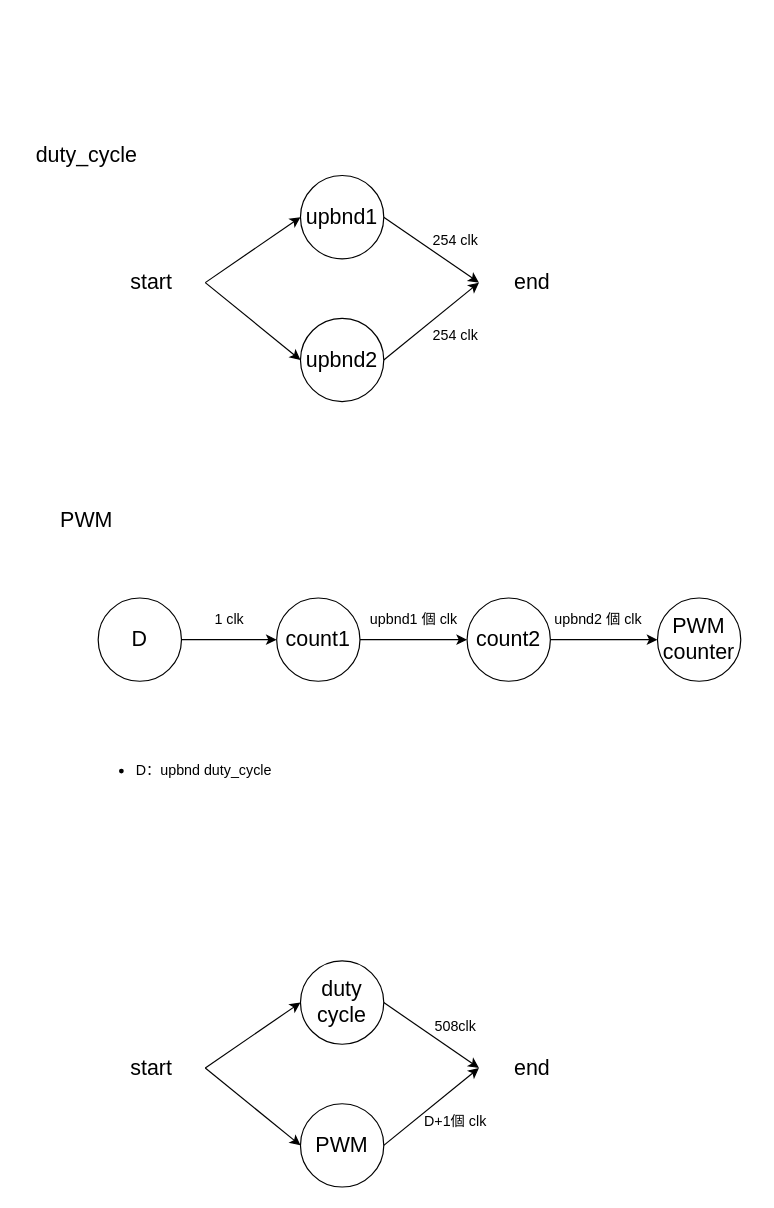
This is page "AOV" (2 of 4) of S4/未命名圖表1.drawio from wsy0331/SOC-Lab, a draw.io file, before an edit. Source tidied: cells renumbered, new cells numbered last; positions are measured from the earlier drawing's top-left corner, leaving out a move shared by most shapes. Both pictures are drawn from the tidied source at 119%, with x=0, y=0 at pixel (20, 131).
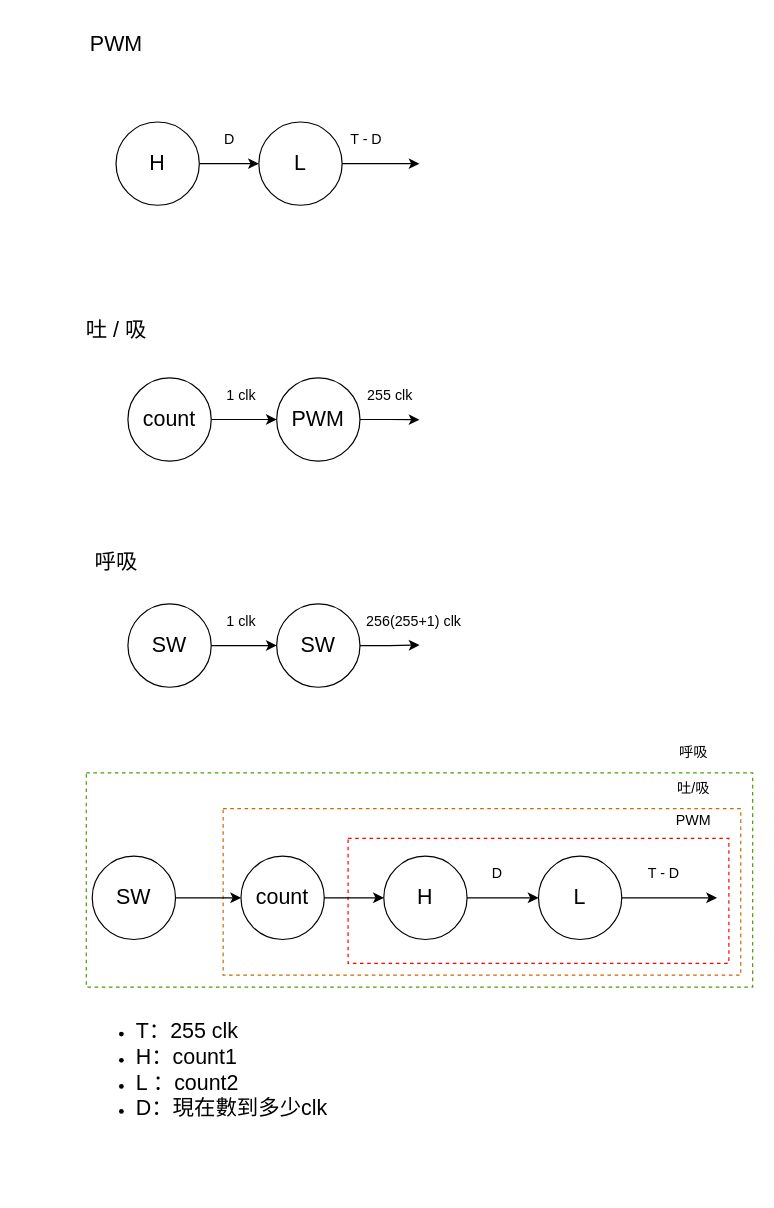
After the change.

Change to the diagram source:
```diff
@@
-    <mxCell id="2" value="&lt;font style=&quot;font-size: 18px;&quot;&gt;duty_cycle&lt;/font&gt;" style="text;html=1;align=center;verticalAlign=middle;strokeColor=none;fillColor=none;" parent="1" vertex="1">
-      <mxGeometry width="110" height="40" as="geometry" />
-    </mxCell>
-    <mxCell id="3" style="rounded=0;jettySize=auto;html=1;exitX=1;exitY=0.5;exitDx=0;exitDy=0;entryX=0;entryY=0.5;entryDx=0;entryDy=0;endArrow=classic;endFill=1;" parent="1" edge="1" source="5" target="8">
-      <mxGeometry relative="1" as="geometry" />
-    </mxCell>
-    <mxCell id="4" style="rounded=0;jettySize=auto;html=1;exitX=1;exitY=0.5;exitDx=0;exitDy=0;entryX=0;entryY=0.5;entryDx=0;entryDy=0;endArrow=classic;endFill=1;" parent="1" edge="1" source="5" target="10">
-      <mxGeometry relative="1" as="geometry" />
-    </mxCell>
-    <mxCell id="5" value="&lt;font style=&quot;font-size: 18px;&quot;&gt;start&lt;/font&gt;" style="rounded=0;whiteSpace=wrap;html=1;fillColor=none;strokeColor=none;" parent="1" vertex="1">
-      <mxGeometry x="65" y="107" width="90" height="40" as="geometry" />
-    </mxCell>
-    <mxCell id="6" value="&lt;font style=&quot;font-size: 18px;&quot;&gt;end&lt;/font&gt;" style="rounded=0;whiteSpace=wrap;html=1;fillColor=none;strokeColor=none;" parent="1" vertex="1">
-      <mxGeometry x="385" y="107" width="90" height="40" as="geometry" />
-    </mxCell>
-    <mxCell id="7" style="rounded=0;jettySize=auto;html=1;exitX=1;exitY=0.5;exitDx=0;exitDy=0;entryX=0;entryY=0.5;entryDx=0;entryDy=0;endArrow=classic;endFill=1;" parent="1" edge="1" source="8" target="6">
-      <mxGeometry relative="1" as="geometry" />
-    </mxCell>
-    <mxCell id="8" value="&lt;font style=&quot;font-size: 18px;&quot;&gt;upbnd1&lt;/font&gt;" style="ellipse;whiteSpace=wrap;html=1;" parent="1" vertex="1">
-      <mxGeometry x="235" y="37" width="70" height="70" as="geometry" />
-    </mxCell>
-    <mxCell id="9" style="rounded=0;jettySize=auto;html=1;exitX=1;exitY=0.5;exitDx=0;exitDy=0;entryX=0;entryY=0.5;entryDx=0;entryDy=0;endArrow=classic;endFill=1;" parent="1" edge="1" source="10" target="6">
-      <mxGeometry relative="1" as="geometry" />
-    </mxCell>
-    <mxCell id="10" value="&lt;font style=&quot;font-size: 18px;&quot;&gt;upbnd2&lt;/font&gt;" style="ellipse;whiteSpace=wrap;html=1;" parent="1" vertex="1">
-      <mxGeometry x="235" y="157" width="70" height="70" as="geometry" />
-    </mxCell>
-    <mxCell id="11" value="254 clk" style="text;html=1;align=center;verticalAlign=middle;strokeColor=none;fillColor=none;" parent="1" vertex="1">
-      <mxGeometry x="335" y="77" width="60" height="30" as="geometry" />
-    </mxCell>
-    <mxCell id="12" value="254 clk" style="text;html=1;align=center;verticalAlign=middle;strokeColor=none;fillColor=none;" parent="1" vertex="1">
-      <mxGeometry x="335" y="157" width="60" height="30" as="geometry" />
-    </mxCell>
+    <mxCell id="35" style="rounded=0;whiteSpace=wrap;html=1;fillColor=none;dashed=1;strokeColor=#4D9900;" parent="1" vertex="1">
+      <mxGeometry x="55" y="539" width="560" height="180" as="geometry" />
+    </mxCell>
+    <mxCell id="36" style="rounded=0;whiteSpace=wrap;html=1;fillColor=none;dashed=1;strokeColor=#CC6600;" parent="1" vertex="1">
+      <mxGeometry x="170" y="569" width="435" height="140" as="geometry" />
+    </mxCell>
+    <mxCell id="37" style="rounded=0;whiteSpace=wrap;html=1;fillColor=none;dashed=1;strokeColor=#FF0000;" parent="1" vertex="1">
+      <mxGeometry x="275" y="594" width="320" height="105" as="geometry" />
+    </mxCell>
     <mxCell id="13" value="&lt;font style=&quot;font-size: 18px;&quot;&gt;PWM&lt;/font&gt;" style="text;html=1;align=center;verticalAlign=middle;strokeColor=none;fillColor=none;" parent="1" vertex="1">
-      <mxGeometry x="20" y="307" width="70" height="40" as="geometry" />
+      <mxGeometry x="45" y="-93" width="70" height="40" as="geometry" />
     </mxCell>
-    <mxCell id="14" style="edgeStyle=orthogonalEdgeStyle;rounded=0;jettySize=auto;html=1;exitX=1;exitY=0.5;exitDx=0;exitDy=0;entryX=0;entryY=0.5;entryDx=0;entryDy=0;" parent="1" edge="1" source="15" target="17">
-      <mxGeometry relative="1" as="geometry" />
-    </mxCell>
+    <mxCell id="38" style="edgeStyle=orthogonalEdgeStyle;rounded=0;jettySize=auto;html=1;exitX=1;exitY=0.5;exitDx=0;exitDy=0;entryX=0;entryY=0.5;entryDx=0;entryDy=0;" parent="1" edge="1" source="15" target="53">
+      <mxGeometry relative="1" as="geometry" />
+    </mxCell>
-    <mxCell id="15" value="&lt;span style=&quot;font-size: 18px;&quot;&gt;D&lt;/span&gt;" style="ellipse;whiteSpace=wrap;html=1;" parent="1" vertex="1">
-      <mxGeometry x="65" y="392" width="70" height="70" as="geometry" />
+    <mxCell id="15" value="&lt;span style=&quot;font-size: 18px;&quot;&gt;H&lt;/span&gt;" style="ellipse;whiteSpace=wrap;html=1;" parent="1" vertex="1">
+      <mxGeometry x="80" y="-8" width="70" height="70" as="geometry" />
     </mxCell>
-    <mxCell id="16" style="edgeStyle=orthogonalEdgeStyle;rounded=0;jettySize=auto;html=1;exitX=1;exitY=0.5;exitDx=0;exitDy=0;entryX=0;entryY=0.5;entryDx=0;entryDy=0;" parent="1" edge="1" source="17" target="19">
-      <mxGeometry relative="1" as="geometry" />
-    </mxCell>
-    <mxCell id="17" value="&lt;span style=&quot;font-size: 18px;&quot;&gt;count1&lt;/span&gt;" style="ellipse;whiteSpace=wrap;html=1;" parent="1" vertex="1">
-      <mxGeometry x="215" y="392" width="70" height="70" as="geometry" />
-    </mxCell>
-    <mxCell id="18" style="edgeStyle=orthogonalEdgeStyle;rounded=0;jettySize=auto;html=1;exitX=1;exitY=0.5;exitDx=0;exitDy=0;entryX=0;entryY=0.5;entryDx=0;entryDy=0;" parent="1" edge="1" source="19" target="20">
-      <mxGeometry relative="1" as="geometry" />
-    </mxCell>
-    <mxCell id="19" value="&lt;span style=&quot;font-size: 18px;&quot;&gt;count2&lt;/span&gt;" style="ellipse;whiteSpace=wrap;html=1;" parent="1" vertex="1">
-      <mxGeometry x="375" y="392" width="70" height="70" as="geometry" />
-    </mxCell>
-    <mxCell id="20" value="&lt;span style=&quot;font-size: 18px;&quot;&gt;PWM&lt;/span&gt;&lt;div&gt;&lt;span style=&quot;font-size: 18px;&quot;&gt;counter&lt;/span&gt;&lt;/div&gt;" style="ellipse;whiteSpace=wrap;html=1;" parent="1" vertex="1">
-      <mxGeometry x="535" y="392" width="70" height="70" as="geometry" />
-    </mxCell>
-    <mxCell id="21" value="1 clk" style="text;html=1;align=center;verticalAlign=middle;strokeColor=none;fillColor=none;" parent="1" vertex="1">
-      <mxGeometry x="150" y="395" width="50" height="30" as="geometry" />
-    </mxCell>
-    <mxCell id="22" value="upbnd1 個 clk" style="text;html=1;align=center;verticalAlign=middle;strokeColor=none;fillColor=none;" parent="1" vertex="1">
-      <mxGeometry x="280" y="395" width="100" height="30" as="geometry" />
-    </mxCell>
-    <mxCell id="23" value="upbnd2 個 clk" style="text;html=1;align=center;verticalAlign=middle;strokeColor=none;fillColor=none;" parent="1" vertex="1">
-      <mxGeometry x="435" y="395" width="100" height="30" as="geometry" />
-    </mxCell>
-    <mxCell id="24" value="&lt;ul&gt;&lt;li&gt;D：upbnd duty_cycle&lt;/li&gt;&lt;/ul&gt;" style="text;strokeColor=none;fillColor=none;html=1;whiteSpace=wrap;verticalAlign=middle;overflow=hidden;" parent="1" vertex="1">
-      <mxGeometry x="55" y="497" width="290" height="80" as="geometry" />
+    <mxCell id="24" value="&lt;ul&gt;&lt;li&gt;&lt;font style=&quot;font-size: 18px;&quot;&gt;T：255 clk&lt;/font&gt;&lt;/li&gt;&lt;li&gt;&lt;font style=&quot;font-size: 18px;&quot;&gt;H：count1&lt;/font&gt;&lt;/li&gt;&lt;li&gt;&lt;font style=&quot;font-size: 18px;&quot;&gt;L ：count2&lt;/font&gt;&lt;/li&gt;&lt;li&gt;&lt;span style=&quot;font-size: 18px;&quot;&gt;D&lt;/span&gt;&lt;span style=&quot;font-size: 18px;&quot;&gt;：現在數到多少clk&lt;/span&gt;&lt;/li&gt;&lt;/ul&gt;" style="text;strokeColor=none;fillColor=none;html=1;whiteSpace=wrap;verticalAlign=middle;overflow=hidden;" parent="1" vertex="1">
+      <mxGeometry x="55" y="729" width="250" height="120" as="geometry" />
     </mxCell>
-    <mxCell id="25" style="rounded=0;jettySize=auto;html=1;exitX=1;exitY=0.5;exitDx=0;exitDy=0;entryX=0;entryY=0.5;entryDx=0;entryDy=0;endArrow=classic;endFill=1;" parent="1" edge="1" source="27" target="30">
-      <mxGeometry relative="1" as="geometry" />
-    </mxCell>
-    <mxCell id="26" style="rounded=0;jettySize=auto;html=1;exitX=1;exitY=0.5;exitDx=0;exitDy=0;entryX=0;entryY=0.5;entryDx=0;entryDy=0;endArrow=classic;endFill=1;" parent="1" edge="1" source="27" target="32">
-      <mxGeometry relative="1" as="geometry" />
-    </mxCell>
-    <mxCell id="27" value="&lt;font style=&quot;font-size: 18px;&quot;&gt;start&lt;/font&gt;" style="rounded=0;whiteSpace=wrap;html=1;fillColor=none;strokeColor=none;" parent="1" vertex="1">
-      <mxGeometry x="65" y="767" width="90" height="40" as="geometry" />
-    </mxCell>
-    <mxCell id="28" value="&lt;font style=&quot;font-size: 18px;&quot;&gt;end&lt;/font&gt;" style="rounded=0;whiteSpace=wrap;html=1;fillColor=none;strokeColor=none;" parent="1" vertex="1">
-      <mxGeometry x="385" y="767" width="90" height="40" as="geometry" />
-    </mxCell>
-    <mxCell id="29" style="rounded=0;jettySize=auto;html=1;exitX=1;exitY=0.5;exitDx=0;exitDy=0;entryX=0;entryY=0.5;entryDx=0;entryDy=0;endArrow=classic;endFill=1;" parent="1" edge="1" source="30" target="28">
-      <mxGeometry relative="1" as="geometry" />
-    </mxCell>
-    <mxCell id="30" value="&lt;font style=&quot;font-size: 18px;&quot;&gt;duty&lt;/font&gt;&lt;div&gt;&lt;font style=&quot;font-size: 18px;&quot;&gt;cycle&lt;/font&gt;&lt;/div&gt;" style="ellipse;whiteSpace=wrap;html=1;" parent="1" vertex="1">
-      <mxGeometry x="235" y="697" width="70" height="70" as="geometry" />
-    </mxCell>
-    <mxCell id="31" style="rounded=0;jettySize=auto;html=1;exitX=1;exitY=0.5;exitDx=0;exitDy=0;entryX=0;entryY=0.5;entryDx=0;entryDy=0;endArrow=classic;endFill=1;" parent="1" edge="1" source="32" target="28">
-      <mxGeometry relative="1" as="geometry" />
-    </mxCell>
-    <mxCell id="32" value="&lt;font style=&quot;font-size: 18px;&quot;&gt;PWM&lt;/font&gt;" style="ellipse;whiteSpace=wrap;html=1;" parent="1" vertex="1">
-      <mxGeometry x="235" y="817" width="70" height="70" as="geometry" />
-    </mxCell>
-    <mxCell id="33" value="508clk" style="text;html=1;align=center;verticalAlign=middle;strokeColor=none;fillColor=none;" parent="1" vertex="1">
-      <mxGeometry x="335" y="737" width="60" height="30" as="geometry" />
-    </mxCell>
-    <mxCell id="34" value="D+1個 clk" style="text;html=1;align=center;verticalAlign=middle;strokeColor=none;fillColor=none;" parent="1" vertex="1">
-      <mxGeometry x="325" y="817" width="80" height="30" as="geometry" />
-    </mxCell>
+    <mxCell id="39" style="edgeStyle=orthogonalEdgeStyle;rounded=0;jettySize=auto;html=1;exitX=1;exitY=0.5;exitDx=0;exitDy=0;entryX=0;entryY=0.5;entryDx=0;entryDy=0;" parent="1" edge="1" source="40" target="42">
+      <mxGeometry relative="1" as="geometry" />
+    </mxCell>
+    <mxCell id="40" value="&lt;span style=&quot;font-size: 18px;&quot;&gt;SW&lt;/span&gt;" style="ellipse;whiteSpace=wrap;html=1;" parent="1" vertex="1">
+      <mxGeometry x="60" y="609" width="70" height="70" as="geometry" />
+    </mxCell>
+    <mxCell id="41" style="edgeStyle=orthogonalEdgeStyle;rounded=0;jettySize=auto;html=1;exitX=1;exitY=0.5;exitDx=0;exitDy=0;entryX=0;entryY=0.5;entryDx=0;entryDy=0;" parent="1" edge="1" source="42" target="44">
+      <mxGeometry relative="1" as="geometry" />
+    </mxCell>
+    <mxCell id="42" value="&lt;span style=&quot;font-size: 18px;&quot;&gt;count&lt;/span&gt;" style="ellipse;whiteSpace=wrap;html=1;" parent="1" vertex="1">
+      <mxGeometry x="185" y="609" width="70" height="70" as="geometry" />
+    </mxCell>
+    <mxCell id="43" style="edgeStyle=orthogonalEdgeStyle;rounded=0;jettySize=auto;html=1;exitX=1;exitY=0.5;exitDx=0;exitDy=0;entryX=0;entryY=0.5;entryDx=0;entryDy=0;" parent="1" edge="1" source="44" target="46">
+      <mxGeometry relative="1" as="geometry" />
+    </mxCell>
+    <mxCell id="44" value="&lt;span style=&quot;font-size: 18px;&quot;&gt;H&lt;/span&gt;" style="ellipse;whiteSpace=wrap;html=1;" parent="1" vertex="1">
+      <mxGeometry x="305" y="609" width="70" height="70" as="geometry" />
+    </mxCell>
+    <mxCell id="45" style="edgeStyle=orthogonalEdgeStyle;rounded=0;jettySize=auto;html=1;exitX=1;exitY=0.5;exitDx=0;exitDy=0;" parent="1" edge="1" source="46">
+      <mxGeometry relative="1" as="geometry">
+        <mxPoint x="585" y="644" as="targetPoint" />
+      </mxGeometry>
+    </mxCell>
+    <mxCell id="46" value="&lt;span style=&quot;font-size: 18px;&quot;&gt;L&lt;/span&gt;" style="ellipse;whiteSpace=wrap;html=1;" parent="1" vertex="1">
+      <mxGeometry x="435" y="609" width="70" height="70" as="geometry" />
+    </mxCell>
+    <mxCell id="47" value="T - D" style="text;html=1;align=center;verticalAlign=middle;strokeColor=none;fillColor=none;" parent="1" vertex="1">
+      <mxGeometry x="515" y="609" width="50" height="30" as="geometry" />
+    </mxCell>
+    <mxCell id="48" value="D" style="text;html=1;align=center;verticalAlign=middle;strokeColor=none;fillColor=none;" parent="1" vertex="1">
+      <mxGeometry x="385" y="609" width="30" height="30" as="geometry" />
+    </mxCell>
+    <mxCell id="49" value="PWM" style="text;html=1;align=center;verticalAlign=middle;strokeColor=none;fillColor=none;" parent="1" vertex="1">
+      <mxGeometry x="540" y="564" width="50" height="30" as="geometry" />
+    </mxCell>
+    <mxCell id="50" value="吐/吸" style="text;html=1;align=center;verticalAlign=middle;strokeColor=none;fillColor=none;" parent="1" vertex="1">
+      <mxGeometry x="540" y="537" width="50" height="30" as="geometry" />
+    </mxCell>
+    <mxCell id="51" value="呼吸" style="text;html=1;align=center;verticalAlign=middle;strokeColor=none;fillColor=none;" parent="1" vertex="1">
+      <mxGeometry x="540" y="507" width="50" height="30" as="geometry" />
+    </mxCell>
+    <mxCell id="52" style="edgeStyle=orthogonalEdgeStyle;rounded=0;jettySize=auto;html=1;exitX=1;exitY=0.5;exitDx=0;exitDy=0;" parent="1" edge="1" source="53">
+      <mxGeometry relative="1" as="geometry">
+        <mxPoint x="335" y="27" as="targetPoint" />
+      </mxGeometry>
+    </mxCell>
+    <mxCell id="53" value="&lt;span style=&quot;font-size: 18px;&quot;&gt;L&lt;/span&gt;" style="ellipse;whiteSpace=wrap;html=1;" parent="1" vertex="1">
+      <mxGeometry x="200" y="-8" width="70" height="70" as="geometry" />
+    </mxCell>
+    <mxCell id="54" value="D" style="text;html=1;align=center;verticalAlign=middle;strokeColor=none;fillColor=none;" parent="1" vertex="1">
+      <mxGeometry x="160" y="-8" width="30" height="30" as="geometry" />
+    </mxCell>
+    <mxCell id="55" value="T - D" style="text;html=1;align=center;verticalAlign=middle;strokeColor=none;fillColor=none;" parent="1" vertex="1">
+      <mxGeometry x="265" y="-8" width="50" height="30" as="geometry" />
+    </mxCell>
+    <mxCell id="56" value="&lt;span style=&quot;font-size: 18px;&quot;&gt;吐 / 吸&lt;/span&gt;" style="text;html=1;align=center;verticalAlign=middle;strokeColor=none;fillColor=none;" parent="1" vertex="1">
+      <mxGeometry x="45" y="147" width="70" height="40" as="geometry" />
+    </mxCell>
+    <mxCell id="57" style="edgeStyle=orthogonalEdgeStyle;rounded=0;jettySize=auto;html=1;exitX=1;exitY=0.5;exitDx=0;exitDy=0;entryX=0;entryY=0.5;entryDx=0;entryDy=0;" parent="1" edge="1" source="58" target="60">
+      <mxGeometry relative="1" as="geometry" />
+    </mxCell>
+    <mxCell id="58" value="&lt;span style=&quot;font-size: 18px;&quot;&gt;count&lt;/span&gt;" style="ellipse;whiteSpace=wrap;html=1;" parent="1" vertex="1">
+      <mxGeometry x="90" y="207" width="70" height="70" as="geometry" />
+    </mxCell>
+    <mxCell id="59" style="edgeStyle=orthogonalEdgeStyle;rounded=0;jettySize=auto;html=1;exitX=1;exitY=0.5;exitDx=0;exitDy=0;" parent="1" edge="1" source="60">
+      <mxGeometry relative="1" as="geometry">
+        <mxPoint x="335" y="242.2" as="targetPoint" />
+      </mxGeometry>
+    </mxCell>
+    <mxCell id="60" value="&lt;span style=&quot;font-size: 18px;&quot;&gt;PWM&lt;/span&gt;" style="ellipse;whiteSpace=wrap;html=1;" parent="1" vertex="1">
+      <mxGeometry x="215" y="207" width="70" height="70" as="geometry" />
+    </mxCell>
+    <mxCell id="61" value="1 clk" style="text;html=1;align=center;verticalAlign=middle;strokeColor=none;fillColor=none;" parent="1" vertex="1">
+      <mxGeometry x="160" y="207" width="50" height="30" as="geometry" />
+    </mxCell>
+    <mxCell id="62" value="255 clk" style="text;html=1;align=center;verticalAlign=middle;strokeColor=none;fillColor=none;" parent="1" vertex="1">
+      <mxGeometry x="280" y="207" width="60" height="30" as="geometry" />
+    </mxCell>
+    <mxCell id="63" value="&lt;font style=&quot;font-size: 18px;&quot;&gt;呼吸&lt;/font&gt;" style="text;html=1;align=center;verticalAlign=middle;strokeColor=none;fillColor=none;" parent="1" vertex="1">
+      <mxGeometry x="50" y="342" width="60" height="40" as="geometry" />
+    </mxCell>
+    <mxCell id="64" style="edgeStyle=orthogonalEdgeStyle;rounded=0;jettySize=auto;html=1;exitX=1;exitY=0.5;exitDx=0;exitDy=0;entryX=0;entryY=0.5;entryDx=0;entryDy=0;" parent="1" edge="1" source="65" target="67">
+      <mxGeometry relative="1" as="geometry" />
+    </mxCell>
+    <mxCell id="65" value="&lt;span style=&quot;font-size: 18px;&quot;&gt;SW&lt;/span&gt;" style="ellipse;whiteSpace=wrap;html=1;" parent="1" vertex="1">
+      <mxGeometry x="90" y="397" width="70" height="70" as="geometry" />
+    </mxCell>
+    <mxCell id="66" style="edgeStyle=orthogonalEdgeStyle;rounded=0;jettySize=auto;html=1;exitX=1;exitY=0.5;exitDx=0;exitDy=0;" parent="1" edge="1" source="67">
+      <mxGeometry relative="1" as="geometry">
+        <mxPoint x="335" y="431.6" as="targetPoint" />
+      </mxGeometry>
+    </mxCell>
+    <mxCell id="67" value="&lt;span style=&quot;font-size: 18px;&quot;&gt;SW&lt;/span&gt;" style="ellipse;whiteSpace=wrap;html=1;" parent="1" vertex="1">
+      <mxGeometry x="215" y="397" width="70" height="70" as="geometry" />
+    </mxCell>
+    <mxCell id="68" value="1 clk" style="text;html=1;align=center;verticalAlign=middle;strokeColor=none;fillColor=none;" parent="1" vertex="1">
+      <mxGeometry x="160" y="397" width="50" height="30" as="geometry" />
+    </mxCell>
+    <mxCell id="69" value="256(255+1) clk" style="text;html=1;align=center;verticalAlign=middle;strokeColor=none;fillColor=none;" parent="1" vertex="1">
+      <mxGeometry x="280" y="397" width="100" height="30" as="geometry" />
+    </mxCell>
```
